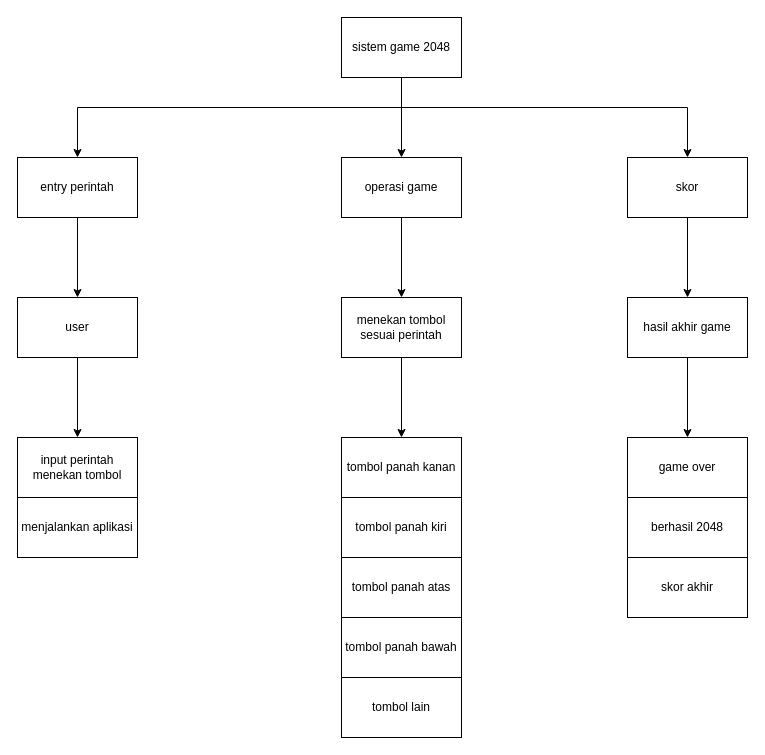
Before: page "hipo" (2 of 4) of sistem Diagram.drawio in novianh/database-smt-1, a draw.io diagram. Source tidied: cells renumbered, new cells numbered last; positions are measured from the earlier drawing's top-left corner, leaving out a move shared by most shapes. Both pictures are drawn from the tidied source at 100%, with x=0, y=0 at pixel (17, 17).
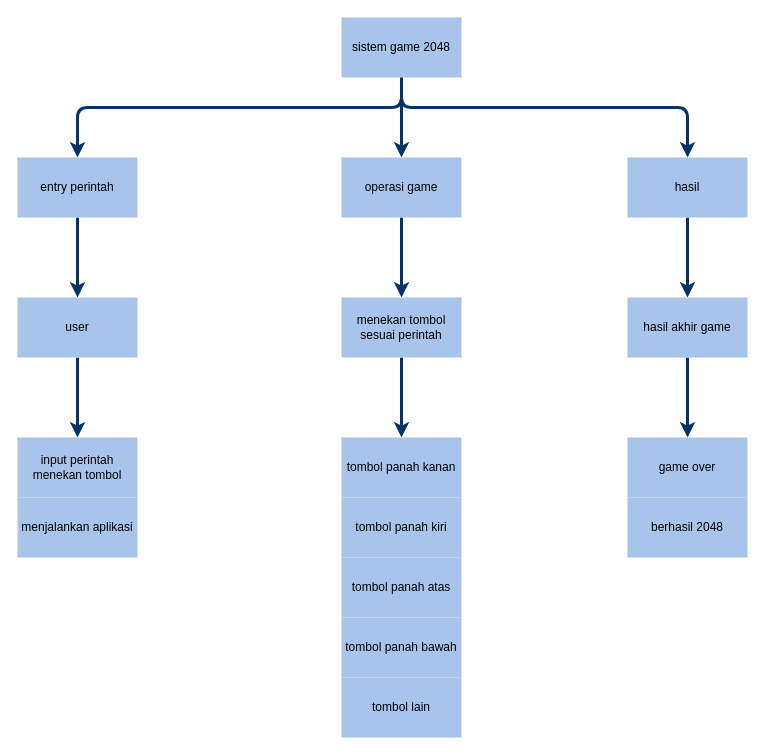
Above is the later version.

Diff of the diagram source:
```diff
@@
-    <mxCell id="2" style="edgeStyle=orthogonalEdgeStyle;rounded=0;jettySize=auto;html=1;" parent="1" edge="1" source="5" target="7">
+    <mxCell id="2" style="edgeStyle=orthogonalEdgeStyle;jettySize=auto;html=1;strokeWidth=3;strokeColor=#003366;rounded=1;" parent="1" edge="1" source="5" target="7">
       <mxGeometry relative="1" as="geometry">
         <Array as="points">
           <mxPoint x="384" y="90" />
           <mxPoint x="60" y="90" />
         </Array>
       </mxGeometry>
     </mxCell>
-    <mxCell id="3" style="edgeStyle=orthogonalEdgeStyle;rounded=0;jettySize=auto;html=1;" parent="1" edge="1" source="5" target="9">
+    <mxCell id="3" style="edgeStyle=orthogonalEdgeStyle;jettySize=auto;html=1;strokeWidth=3;strokeColor=#003366;rounded=1;" parent="1" edge="1" source="5" target="9">
       <mxGeometry relative="1" as="geometry" />
     </mxCell>
-    <mxCell id="4" style="edgeStyle=orthogonalEdgeStyle;rounded=0;jettySize=auto;html=1;" parent="1" edge="1" source="5" target="11">
+    <mxCell id="4" style="edgeStyle=orthogonalEdgeStyle;jettySize=auto;html=1;strokeWidth=3;strokeColor=#003366;rounded=1;" parent="1" edge="1" source="5" target="11">
       <mxGeometry relative="1" as="geometry">
         <Array as="points">
           <mxPoint x="384" y="90" />
           <mxPoint x="670" y="90" />
         </Array>
       </mxGeometry>
     </mxCell>
-    <mxCell id="5" value="sistem game 2048" style="rounded=0;whiteSpace=wrap;html=1;" parent="1" vertex="1">
+    <mxCell id="5" value="sistem game 2048" style="rounded=0;whiteSpace=wrap;html=1;fillColor=#A9C4EB;strokeColor=none;glass=0;sketch=0;" parent="1" vertex="1">
       <mxGeometry x="324" width="120" height="60" as="geometry" />
     </mxCell>
-    <mxCell id="6" style="edgeStyle=orthogonalEdgeStyle;rounded=0;jettySize=auto;html=1;" parent="1" edge="1" source="7" target="13">
+    <mxCell id="6" style="edgeStyle=orthogonalEdgeStyle;jettySize=auto;html=1;strokeWidth=3;strokeColor=#003366;rounded=1;" parent="1" edge="1" source="7" target="13">
       <mxGeometry relative="1" as="geometry" />
     </mxCell>
-    <mxCell id="7" value="entry perintah" style="rounded=0;whiteSpace=wrap;html=1;" parent="1" vertex="1">
+    <mxCell id="7" value="entry perintah" style="rounded=0;whiteSpace=wrap;html=1;fillColor=#A9C4EB;strokeColor=none;glass=0;sketch=0;" parent="1" vertex="1">
       <mxGeometry y="140" width="120" height="60" as="geometry" />
     </mxCell>
-    <mxCell id="8" style="edgeStyle=orthogonalEdgeStyle;rounded=0;jettySize=auto;html=1;" parent="1" edge="1" source="9" target="17">
+    <mxCell id="8" style="edgeStyle=orthogonalEdgeStyle;jettySize=auto;html=1;strokeWidth=3;strokeColor=#003366;rounded=1;" parent="1" edge="1" source="9" target="17">
       <mxGeometry relative="1" as="geometry" />
     </mxCell>
-    <mxCell id="9" value="operasi game" style="rounded=0;whiteSpace=wrap;html=1;" parent="1" vertex="1">
+    <mxCell id="9" value="operasi game" style="rounded=0;whiteSpace=wrap;html=1;fillColor=#A9C4EB;strokeColor=none;glass=0;sketch=0;" parent="1" vertex="1">
       <mxGeometry x="324" y="140" width="120" height="60" as="geometry" />
     </mxCell>
-    <mxCell id="10" style="edgeStyle=orthogonalEdgeStyle;rounded=0;jettySize=auto;html=1;" parent="1" edge="1" source="11" target="24">
+    <mxCell id="10" style="edgeStyle=orthogonalEdgeStyle;jettySize=auto;html=1;strokeWidth=3;strokeColor=#003366;rounded=1;" parent="1" edge="1" source="11" target="24">
       <mxGeometry relative="1" as="geometry" />
     </mxCell>
-    <mxCell id="11" value="skor" style="rounded=0;whiteSpace=wrap;html=1;" parent="1" vertex="1">
+    <mxCell id="11" value="hasil" style="rounded=0;whiteSpace=wrap;html=1;fillColor=#A9C4EB;strokeColor=none;glass=0;sketch=0;" parent="1" vertex="1">
       <mxGeometry x="610" y="140" width="120" height="60" as="geometry" />
     </mxCell>
-    <mxCell id="12" style="edgeStyle=orthogonalEdgeStyle;rounded=0;jettySize=auto;html=1;" parent="1" edge="1" source="13" target="14">
-      <mxGeometry relative="1" as="geometry" />
+    <mxCell id="12" style="edgeStyle=orthogonalEdgeStyle;jettySize=auto;html=1;strokeWidth=3;strokeColor=#003366;rounded=1;exitX=0.5;exitY=1;exitDx=0;exitDy=0;entryX=0.5;entryY=0;entryDx=0;entryDy=0;" parent="1" edge="1" source="13" target="14">
+      <mxGeometry relative="1" as="geometry">
+        <Array as="points">
+          <mxPoint x="60" y="380" />
+          <mxPoint x="60" y="380" />
+        </Array>
+      </mxGeometry>
     </mxCell>
-    <mxCell id="13" value="user" style="rounded=0;whiteSpace=wrap;html=1;" parent="1" vertex="1">
+    <mxCell id="13" value="user" style="rounded=0;whiteSpace=wrap;html=1;fillColor=#A9C4EB;strokeColor=none;glass=0;sketch=0;" parent="1" vertex="1">
       <mxGeometry y="280" width="120" height="60" as="geometry" />
     </mxCell>
-    <mxCell id="14" value="input perintah menekan tombol" style="rounded=0;whiteSpace=wrap;html=1;" parent="1" vertex="1">
+    <mxCell id="14" value="input perintah menekan tombol" style="rounded=0;whiteSpace=wrap;html=1;fillColor=#A9C4EB;strokeColor=none;glass=0;sketch=0;" parent="1" vertex="1">
       <mxGeometry y="420" width="120" height="60" as="geometry" />
     </mxCell>
-    <mxCell id="15" value="menjalankan aplikasi" style="rounded=0;whiteSpace=wrap;html=1;" parent="1" vertex="1">
+    <mxCell id="15" value="menjalankan aplikasi" style="rounded=0;whiteSpace=wrap;html=1;fillColor=#A9C4EB;strokeColor=none;glass=0;sketch=0;" parent="1" vertex="1">
       <mxGeometry y="480" width="120" height="60" as="geometry" />
     </mxCell>
-    <mxCell id="16" style="edgeStyle=orthogonalEdgeStyle;rounded=0;jettySize=auto;html=1;" parent="1" edge="1" source="17" target="18">
+    <mxCell id="16" style="edgeStyle=orthogonalEdgeStyle;jettySize=auto;html=1;strokeWidth=3;strokeColor=#003366;rounded=1;" parent="1" edge="1" source="17" target="18">
       <mxGeometry relative="1" as="geometry" />
     </mxCell>
-    <mxCell id="17" value="menekan tombol sesuai perintah" style="rounded=0;whiteSpace=wrap;html=1;" parent="1" vertex="1">
+    <mxCell id="17" value="menekan tombol sesuai perintah" style="rounded=0;whiteSpace=wrap;html=1;fillColor=#A9C4EB;strokeColor=none;glass=0;sketch=0;" parent="1" vertex="1">
       <mxGeometry x="324" y="280" width="120" height="60" as="geometry" />
     </mxCell>
-    <mxCell id="18" value="tombol panah kanan" style="rounded=0;whiteSpace=wrap;html=1;" parent="1" vertex="1">
+    <mxCell id="18" value="tombol panah kanan" style="rounded=0;whiteSpace=wrap;html=1;fillColor=#A9C4EB;strokeColor=none;glass=0;sketch=0;" parent="1" vertex="1">
       <mxGeometry x="324" y="420" width="120" height="60" as="geometry" />
     </mxCell>
-    <mxCell id="19" value="tombol panah kiri" style="rounded=0;whiteSpace=wrap;html=1;" parent="1" vertex="1">
+    <mxCell id="19" value="tombol panah kiri" style="rounded=0;whiteSpace=wrap;html=1;fillColor=#A9C4EB;strokeColor=none;glass=0;sketch=0;" parent="1" vertex="1">
       <mxGeometry x="324" y="480" width="120" height="60" as="geometry" />
     </mxCell>
-    <mxCell id="20" value="tombol panah atas" style="rounded=0;whiteSpace=wrap;html=1;" parent="1" vertex="1">
+    <mxCell id="20" value="tombol panah atas" style="rounded=0;whiteSpace=wrap;html=1;fillColor=#A9C4EB;strokeColor=none;glass=0;sketch=0;" parent="1" vertex="1">
       <mxGeometry x="324" y="540" width="120" height="60" as="geometry" />
     </mxCell>
-    <mxCell id="21" value="tombol panah bawah" style="rounded=0;whiteSpace=wrap;html=1;" parent="1" vertex="1">
+    <mxCell id="21" value="tombol panah bawah" style="rounded=0;whiteSpace=wrap;html=1;fillColor=#A9C4EB;strokeColor=none;glass=0;sketch=0;" parent="1" vertex="1">
       <mxGeometry x="324" y="600" width="120" height="60" as="geometry" />
     </mxCell>
-    <mxCell id="22" value="tombol lain" style="rounded=0;whiteSpace=wrap;html=1;" parent="1" vertex="1">
+    <mxCell id="22" value="tombol lain" style="rounded=0;whiteSpace=wrap;html=1;fillColor=#A9C4EB;strokeColor=none;glass=0;sketch=0;" parent="1" vertex="1">
       <mxGeometry x="324" y="660" width="120" height="60" as="geometry" />
     </mxCell>
-    <mxCell id="23" style="edgeStyle=orthogonalEdgeStyle;rounded=0;jettySize=auto;html=1;" parent="1" edge="1" source="24" target="25">
+    <mxCell id="23" style="edgeStyle=orthogonalEdgeStyle;jettySize=auto;html=1;strokeWidth=3;strokeColor=#003366;rounded=1;" parent="1" edge="1" source="24" target="25">
       <mxGeometry relative="1" as="geometry" />
     </mxCell>
-    <mxCell id="24" value="hasil akhir game" style="rounded=0;whiteSpace=wrap;html=1;" parent="1" vertex="1">
+    <mxCell id="24" value="hasil akhir game" style="rounded=0;whiteSpace=wrap;html=1;fillColor=#A9C4EB;strokeColor=none;glass=0;sketch=0;" parent="1" vertex="1">
       <mxGeometry x="610" y="280" width="120" height="60" as="geometry" />
     </mxCell>
-    <mxCell id="25" value="game over" style="rounded=0;whiteSpace=wrap;html=1;" parent="1" vertex="1">
+    <mxCell id="25" value="game over" style="rounded=0;whiteSpace=wrap;html=1;fillColor=#A9C4EB;strokeColor=none;glass=0;sketch=0;" parent="1" vertex="1">
       <mxGeometry x="610" y="420" width="120" height="60" as="geometry" />
     </mxCell>
-    <mxCell id="26" value="berhasil 2048" style="rounded=0;whiteSpace=wrap;html=1;" parent="1" vertex="1">
+    <mxCell id="26" value="berhasil 2048" style="rounded=0;whiteSpace=wrap;html=1;fillColor=#A9C4EB;strokeColor=none;glass=0;sketch=0;" parent="1" vertex="1">
       <mxGeometry x="610" y="480" width="120" height="60" as="geometry" />
     </mxCell>
-    <mxCell id="27" value="skor akhir" style="rounded=0;whiteSpace=wrap;html=1;" parent="1" vertex="1">
-      <mxGeometry x="610" y="540" width="120" height="60" as="geometry" />
-    </mxCell>
```
